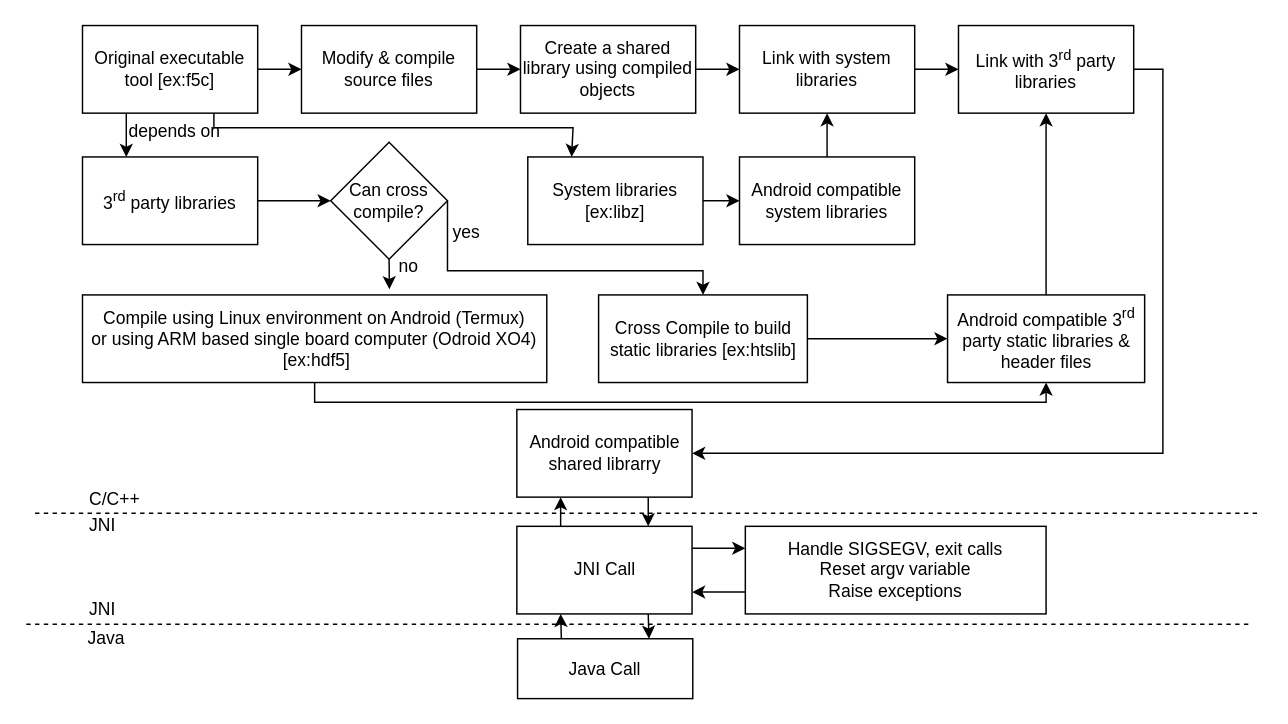
The draw.io diagram page "reconstruction" (8 of 8) of server_mobile_connection.drawio in hiruna72/f5n, before the edit. Source tidied: cells renumbered, new cells numbered last; positions are measured from the earlier drawing's top-left corner, leaving out a move shared by most shapes. Both pictures are drawn from the tidied source at 146%, with x=0, y=0 at pixel (25, 25).
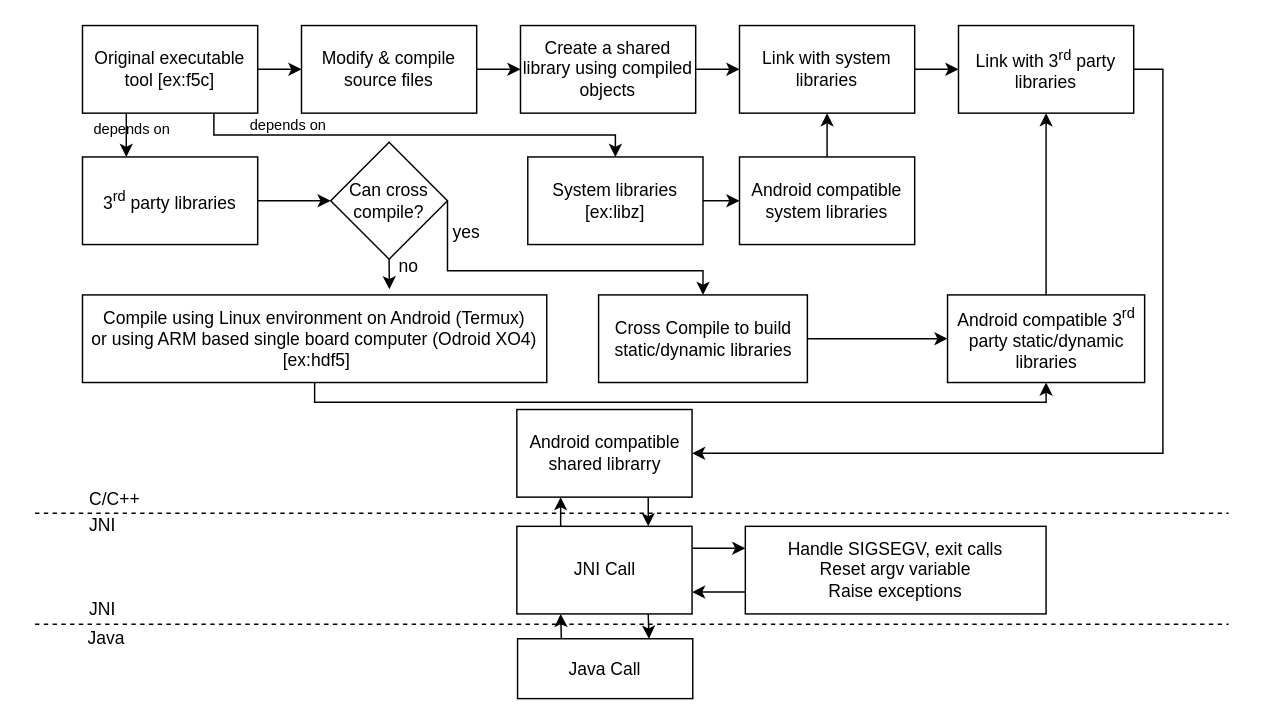
After the change.

Unchanged cells that the change refers to:
```xml
<mxCell id="5" value="Original executable tool [ex:f5c]" style="rounded=0;whiteSpace=wrap;html=1;" parent="1" vertex="1">
  <mxGeometry x="39" width="120" height="60" as="geometry" />
</mxCell>
<mxCell id="9" value="&lt;div&gt;System libraries [ex:libz]&lt;br&gt;&lt;/div&gt;" style="rounded=0;whiteSpace=wrap;html=1;" parent="1" vertex="1">
  <mxGeometry x="344" y="90" width="120" height="60" as="geometry" />
</mxCell>
```

What changed in the source:
```diff
@@
-    <mxCell id="2" style="edgeStyle=orthogonalEdgeStyle;rounded=0;jettySize=auto;html=1;exitX=0.75;exitY=1;exitDx=0;exitDy=0;entryX=0.25;entryY=0;entryDx=0;entryDy=0;" parent="1" edge="1" source="5" target="9">
+    <mxCell id="2" style="edgeStyle=orthogonalEdgeStyle;rounded=0;jettySize=auto;html=1;exitX=0.75;exitY=1;exitDx=0;exitDy=0;entryX=0.5;entryY=0;entryDx=0;entryDy=0;" parent="1" edge="1" source="5" target="9">
       <mxGeometry relative="1" as="geometry">
         <Array as="points">
-          <mxPoint x="129" y="70" />
-          <mxPoint x="375" y="70" />
+          <mxPoint x="129" y="75" />
+          <mxPoint x="404" y="75" />
         </Array>
       </mxGeometry>
     </mxCell>
@@
-    <mxCell id="18" value="Cross Compile to build static libraries [ex:htslib]" style="rounded=0;whiteSpace=wrap;html=1;" parent="1" vertex="1">
+    <mxCell id="18" value="Cross Compile to build static/dynamic libraries " style="rounded=0;whiteSpace=wrap;html=1;" parent="1" vertex="1">
       <mxGeometry x="392.5" y="184.5" width="143" height="60" as="geometry" />
     </mxCell>
@@
-    <mxCell id="26" value="Android compatible 3&lt;sup&gt;rd&lt;/sup&gt; party static libraries &amp;amp; header files" style="rounded=0;whiteSpace=wrap;html=1;" parent="1" vertex="1">
+    <mxCell id="26" value="Android compatible 3&lt;sup&gt;rd&lt;/sup&gt; party static/dynamic libraries" style="rounded=0;whiteSpace=wrap;html=1;" parent="1" vertex="1">
       <mxGeometry x="631.5" y="184.5" width="135" height="60" as="geometry" />
     </mxCell>
@@
     <mxCell id="31" style="endArrow=none;dashed=1;html=1;" parent="1" edge="1">
       <mxGeometry relative="1" as="geometry">
         <mxPoint x="6.5" y="334" as="sourcePoint" />
-        <mxPoint x="846.5" y="334" as="targetPoint" />
+        <mxPoint x="824" y="334" as="targetPoint" />
       </mxGeometry>
     </mxCell>
     <mxCell id="32" style="endArrow=none;dashed=1;html=1;" parent="1" edge="1">
       <mxGeometry relative="1" as="geometry">
-        <mxPoint x="0.5" y="410" as="sourcePoint" />
-        <mxPoint x="840.5" y="410" as="targetPoint" />
+        <mxPoint x="6.5" y="410" as="sourcePoint" />
+        <mxPoint x="824" y="410" as="targetPoint" />
       </mxGeometry>
     </mxCell>
@@
-    <mxCell id="47" value="depends on" style="text;html=1;align=left;verticalAlign=top;spacingTop=-4;" parent="1" vertex="1">
-      <mxGeometry x="69" y="63" width="71" height="14" as="geometry" />
+    <mxCell id="47" value="&lt;font style=&quot;font-size: 10px&quot;&gt;depends on&lt;/font&gt;" style="text;html=1;align=left;verticalAlign=top;spacingTop=-4;" parent="1" vertex="1">
+      <mxGeometry x="45" y="61" width="62" height="15" as="geometry" />
     </mxCell>
+    <mxCell id="48" value="&lt;font style=&quot;font-size: 10px&quot;&gt;depends on&lt;/font&gt;" style="text;html=1;align=left;verticalAlign=top;spacingTop=-4;" parent="1" vertex="1">
+      <mxGeometry x="152" y="58" width="62" height="15" as="geometry" />
+    </mxCell>
```
